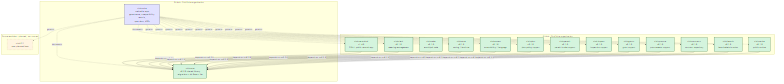
CivicSuite/civicsuite keeps this Mermaid diagram as docs/diagrams/suite-architecture.png. Above is the earlier version. Its source is kept beside it as docs/diagrams/suite-architecture.mmd.
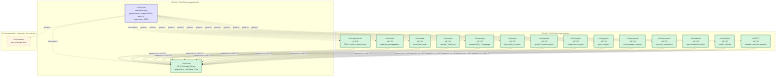
Later version of the same file.

Change to the diagram source:
```diff
@@ -17,9 +17,10 @@
         Contracts["civiccontracts<br/>v0.1.0<br/>contract repository"]
         Boards["civicboards<br/>v0.1.0<br/>board administration"]
         Notice["civicnotice<br/>v0.1.0<br/>public notices"]
+        Civic311["civic311<br/>v0.1.0<br/>resident service requests"]
     end
     subgraph FUTURE["Future modules - planned, not started"]
-        Civic311["civic311<br/>next planned lane"]
+        Comms["civiccomms<br/>next planned lane"]
     end
     SuiteRepo -.documents.-> Core
     SuiteRepo -.documents.-> Records
@@ -36,6 +37,7 @@
     SuiteRepo -.governs.-> Boards
     SuiteRepo -.governs.-> Notice
     SuiteRepo -.governs.-> Civic311
+    SuiteRepo -.governs.-> Comms
     Records -->|"depends on ==0.2.0"| Core
     Clerk -->|"depends on ==0.2.0"| Core
     Code -->|"depends on ==0.2.0"| Core
@@ -49,6 +51,7 @@
     Contracts -->|"depends on ==0.2.0"| Core
     Boards -->|"depends on ==0.2.0"| Core
     Notice -->|"depends on ==0.2.0"| Core
+    Civic311 -->|"depends on ==0.2.0"| Core
     classDef shipping fill:#d4f4dd,stroke:#3a7a4a,stroke-width:2px,color:#000
     classDef governance fill:#e1e1ff,stroke:#5a5aa0,stroke-width:2px,color:#000
     classDef future fill:#fff4e1,stroke:#a08040,stroke-width:1px,stroke-dasharray:5 5,color:#000
@@ -68,4 +71,5 @@
     class Contracts shipping
     class Boards shipping
     class Notice shipping
-    class Civic311 future
+    class Civic311 shipping
+    class Comms future
```
